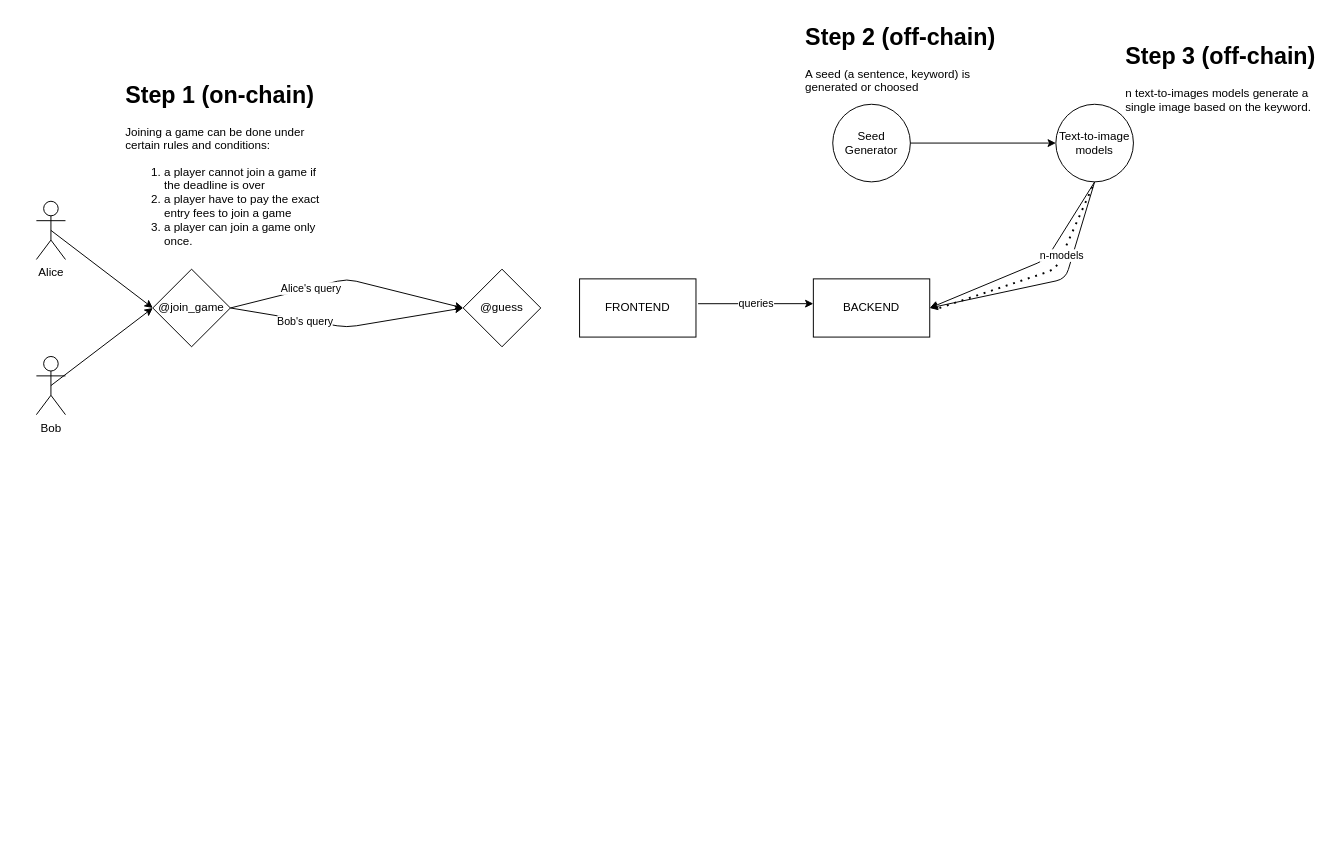
amaurydelille/blockchain-project-epita-2027 keeps this draw.io diagram as diagram.drawio. Above is the earlier version. Source tidied: cells renumbered, new cells numbered last; positions are measured from the earlier drawing's top-left corner, leaving out a move shared by most shapes. Both pictures are drawn from the tidied source at 97%, with x=0, y=0 at pixel (36, 16).
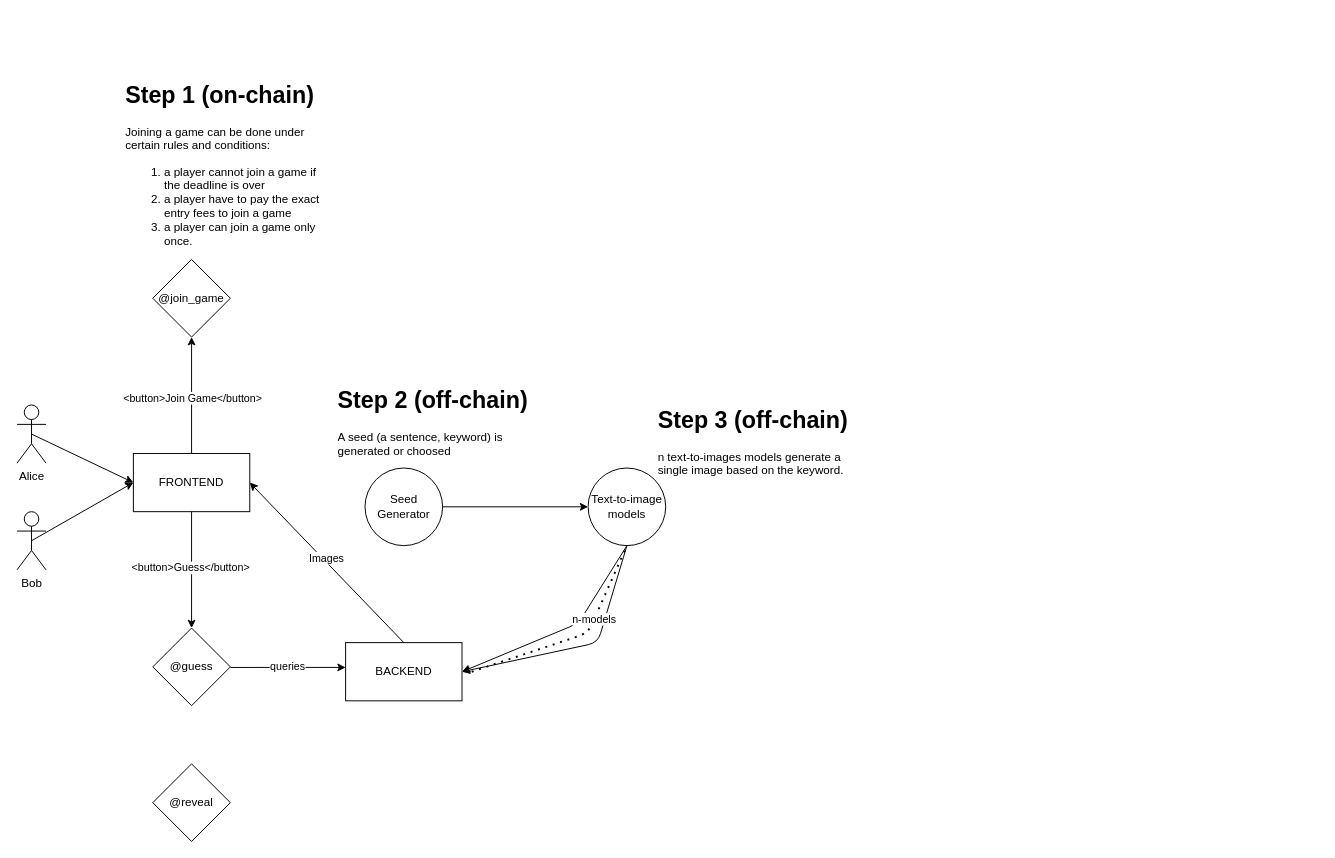
The same diagram, later.

Commit message (it also covers changes not shown here):
feat: diagram + win + ml

What changed in the source:
```diff
@@
     <mxCell id="2" value="FRONTEND" style="rounded=0;whiteSpace=wrap;html=1;" parent="1" vertex="1">
-      <mxGeometry x="560" y="270" width="120" height="60" as="geometry" />
+      <mxGeometry x="100" y="450" width="120" height="60" as="geometry" />
     </mxCell>
     <mxCell id="3" value="BACKEND" style="rounded=0;whiteSpace=wrap;html=1;" parent="1" vertex="1">
-      <mxGeometry x="801" y="270" width="120" height="60" as="geometry" />
+      <mxGeometry x="318.8" y="645" width="120" height="60" as="geometry" />
     </mxCell>
     <mxCell id="4" value="Seed Generator" style="ellipse;whiteSpace=wrap;html=1;" parent="1" vertex="1">
-      <mxGeometry x="821" y="90" width="80" height="80" as="geometry" />
+      <mxGeometry x="338.8" y="465" width="80" height="80" as="geometry" />
     </mxCell>
     <mxCell id="5" value="Text-to-image models" style="ellipse;whiteSpace=wrap;html=1;" parent="1" vertex="1">
-      <mxGeometry x="1051" y="90" width="80" height="80" as="geometry" />
+      <mxGeometry x="568.8" y="465" width="80" height="80" as="geometry" />
     </mxCell>
@@
     <mxCell id="7" style="endArrow=classic;html=1;exitX=0.5;exitY=1;exitDx=0;exitDy=0;entryX=1;entryY=0.5;entryDx=0;entryDy=0;" parent="1" edge="1" source="5" target="3">
       <mxGeometry relative="1" as="geometry">
         <Array as="points">
-          <mxPoint x="1041" y="250" />
+          <mxPoint x="558.8" y="625" />
         </Array>
       </mxGeometry>
     </mxCell>
     <mxCell id="8" style="endArrow=classic;html=1;" parent="1" edge="1">
       <mxGeometry relative="1" as="geometry">
-        <mxPoint x="1091" y="170" as="sourcePoint" />
-        <mxPoint x="921" y="300" as="targetPoint" />
+        <mxPoint x="608.8" y="545" as="sourcePoint" />
+        <mxPoint x="438.8" y="675" as="targetPoint" />
         <Array as="points">
-          <mxPoint x="1061" y="270" />
+          <mxPoint x="578.8" y="645" />
         </Array>
       </mxGeometry>
     </mxCell>
     <mxCell id="9" style="endArrow=none;dashed=1;html=1;dashPattern=1 3;strokeWidth=2;" parent="1" edge="1">
       <mxGeometry relative="1" as="geometry">
-        <mxPoint x="931" y="300" as="sourcePoint" />
-        <mxPoint x="1091" y="170" as="targetPoint" />
+        <mxPoint x="448.8" y="675" as="sourcePoint" />
+        <mxPoint x="608.8" y="545" as="targetPoint" />
         <Array as="points">
-          <mxPoint x="1051" y="260" />
+          <mxPoint x="568.8" y="635" />
         </Array>
       </mxGeometry>
     </mxCell>
@@
     <mxCell id="11" value="Alice&lt;div&gt;&lt;/div&gt;" style="shape=umlActor;verticalLabelPosition=bottom;verticalAlign=top;html=1;outlineConnect=0;" parent="1" vertex="1">
-      <mxGeometry y="190" width="30" height="60" as="geometry" />
+      <mxGeometry x="-20" y="400" width="30" height="60" as="geometry" />
     </mxCell>
     <mxCell id="12" value="Bob&lt;div&gt;&lt;br&gt;&lt;/div&gt;" style="shape=umlActor;verticalLabelPosition=bottom;verticalAlign=top;html=1;outlineConnect=0;" parent="1" vertex="1">
-      <mxGeometry y="350" width="30" height="60" as="geometry" />
+      <mxGeometry x="-20" y="510" width="30" height="60" as="geometry" />
     </mxCell>
     <mxCell id="13" value="&lt;h1 style=&quot;margin-top: 0px;&quot;&gt;Step 2 (off-chain)&lt;/h1&gt;&lt;p&gt;A seed (a sentence, keyword) is generated or choosed&amp;nbsp;&lt;/p&gt;" style="text;html=1;whiteSpace=wrap;overflow=hidden;rounded=0;" parent="1" vertex="1">
-      <mxGeometry x="791" width="210" height="120" as="geometry" />
+      <mxGeometry x="308.8" y="375" width="210" height="120" as="geometry" />
     </mxCell>
     <mxCell id="14" value="&lt;h1 style=&quot;margin-top: 0px;&quot;&gt;Step 3 (off-chain)&lt;/h1&gt;&lt;p&gt;n text-to-images models generate a single image based on the keyword.&lt;/p&gt;" style="text;html=1;whiteSpace=wrap;overflow=hidden;rounded=0;" parent="1" vertex="1">
-      <mxGeometry x="1121" y="20" width="200" height="120" as="geometry" />
+      <mxGeometry x="638.8" y="395" width="200" height="120" as="geometry" />
     </mxCell>
     <mxCell id="15" style="endArrow=classic;html=1;exitX=1.01;exitY=0.426;exitDx=0;exitDy=0;exitPerimeter=0;entryX=0;entryY=0.426;entryDx=0;entryDy=0;entryPerimeter=0;" parent="1" edge="1" target="3">
       <mxGeometry relative="1" as="geometry">
-        <mxPoint x="682.2" y="295.6" as="sourcePoint" />
+        <mxPoint x="200" y="670.6" as="sourcePoint" />
       </mxGeometry>
     </mxCell>
@@
     <mxCell id="17" value="@join_game" style="rhombus;whiteSpace=wrap;html=1;" parent="1" vertex="1">
-      <mxGeometry x="120" y="260" width="80" height="80" as="geometry" />
+      <mxGeometry x="120" y="250" width="80" height="80" as="geometry" />
     </mxCell>
-    <mxCell id="18" style="endArrow=classic;html=1;exitX=0.5;exitY=0.5;exitDx=0;exitDy=0;exitPerimeter=0;entryX=0;entryY=0.5;entryDx=0;entryDy=0;" parent="1" edge="1" source="11" target="17">
-      <mxGeometry relative="1" as="geometry" />
+    <mxCell id="18" style="endArrow=classic;html=1;exitX=0.5;exitY=0.5;exitDx=0;exitDy=0;exitPerimeter=0;" parent="1" edge="1" source="11">
+      <mxGeometry relative="1" as="geometry">
+        <mxPoint x="100" y="480" as="targetPoint" />
+      </mxGeometry>
     </mxCell>
-    <mxCell id="19" style="endArrow=classic;html=1;exitX=0.5;exitY=0.5;exitDx=0;exitDy=0;exitPerimeter=0;" parent="1" edge="1" source="12">
-      <mxGeometry relative="1" as="geometry">
-        <mxPoint x="120" y="300" as="targetPoint" />
-      </mxGeometry>
+    <mxCell id="19" style="endArrow=classic;html=1;exitX=0.5;exitY=0.5;exitDx=0;exitDy=0;exitPerimeter=0;entryX=0;entryY=0.5;entryDx=0;entryDy=0;" parent="1" edge="1" source="12" target="2">
+      <mxGeometry relative="1" as="geometry" />
     </mxCell>
@@
     <mxCell id="21" value="@guess" style="rhombus;whiteSpace=wrap;html=1;" parent="1" vertex="1">
-      <mxGeometry x="440" y="260" width="80" height="80" as="geometry" />
+      <mxGeometry x="120" y="630" width="80" height="80" as="geometry" />
     </mxCell>
-    <mxCell id="22" style="endArrow=classic;html=1;exitX=1;exitY=0.5;exitDx=0;exitDy=0;entryX=0;entryY=0.5;entryDx=0;entryDy=0;" parent="1" edge="1" source="17" target="21">
-      <mxGeometry relative="1" as="geometry">
-        <Array as="points">
-          <mxPoint x="320" y="270" />
-        </Array>
-      </mxGeometry>
-    </mxCell>
-    <mxCell id="23" value="Alice's query" style="edgeLabel;html=1;align=center;verticalAlign=middle;" parent="22" vertex="1">
-      <mxGeometry x="-0.31" relative="1" as="geometry" />
-    </mxCell>
-    <mxCell id="24" style="endArrow=classic;html=1;" parent="1" edge="1">
-      <mxGeometry relative="1" as="geometry">
-        <mxPoint x="200" y="300" as="sourcePoint" />
-        <mxPoint x="440" y="300" as="targetPoint" />
-        <Array as="points">
-          <mxPoint x="320" y="320" />
-        </Array>
-      </mxGeometry>
-    </mxCell>
-    <mxCell id="25" value="Bob's query" style="edgeLabel;html=1;align=center;verticalAlign=middle;" parent="24" vertex="1">
-      <mxGeometry x="-0.36" y="-1" relative="1" as="geometry" />
-    </mxCell>
+    <mxCell id="26" style="endArrow=classic;html=1;entryX=0.5;entryY=1;entryDx=0;entryDy=0;" parent="1" edge="1" target="17">
+      <mxGeometry relative="1" as="geometry">
+        <mxPoint x="160" y="450" as="sourcePoint" />
+      </mxGeometry>
+    </mxCell>
+    <mxCell id="27" value="&amp;lt;button&amp;gt;Join Game&amp;lt;/button&amp;gt;" style="edgeLabel;html=1;align=center;verticalAlign=middle;" parent="26" vertex="1">
+      <mxGeometry x="-0.04" relative="1" as="geometry" />
+    </mxCell>
+    <mxCell id="28" style="endArrow=classic;html=1;exitX=0.5;exitY=1;exitDx=0;exitDy=0;entryX=0.5;entryY=0;entryDx=0;entryDy=0;" parent="1" edge="1" source="2" target="21">
+      <mxGeometry relative="1" as="geometry" />
+    </mxCell>
+    <mxCell id="29" value="&amp;lt;button&amp;gt;Guess&amp;lt;/button&amp;gt;" style="edgeLabel;html=1;align=center;verticalAlign=middle;" parent="28" vertex="1">
+      <mxGeometry x="-0.05" y="-2" relative="1" as="geometry" />
+    </mxCell>
+    <mxCell id="30" style="endArrow=classic;html=1;exitX=0.5;exitY=0;exitDx=0;exitDy=0;entryX=1;entryY=0.5;entryDx=0;entryDy=0;" parent="1" edge="1" source="3" target="2">
+      <mxGeometry relative="1" as="geometry" />
+    </mxCell>
+    <mxCell id="31" value="Images" style="edgeLabel;html=1;align=center;verticalAlign=middle;" parent="30" vertex="1">
+      <mxGeometry x="0.03" y="-4" relative="1" as="geometry">
+        <mxPoint x="-1" as="offset" />
+      </mxGeometry>
+    </mxCell>
+    <mxCell id="32" value="@reveal" style="rhombus;whiteSpace=wrap;html=1;" parent="1" vertex="1">
+      <mxGeometry x="120" y="770" width="80" height="80" as="geometry" />
+    </mxCell>
```
